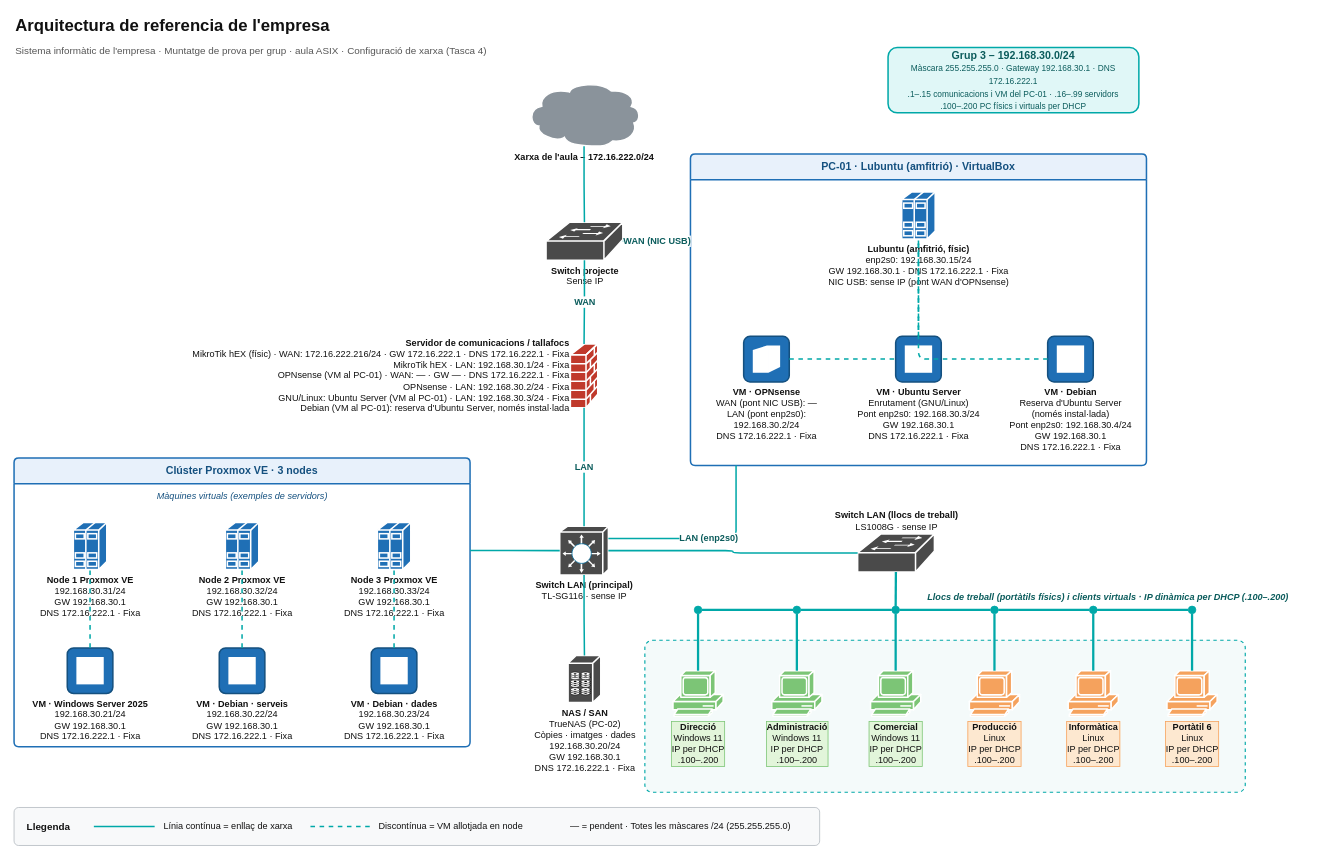
varo010/asix-aula-grup-03-ISO keeps this draw.io diagram as diagrames/arquitectura-red-tasca4.drawio. Above is the earlier version. Source tidied: cells renumbered, new cells numbered last; positions are measured from the earlier drawing's top-left corner, leaving out a move shared by most shapes. Both pictures are drawn from the tidied source at 76%, with x=0, y=0 at pixel (14, 13).
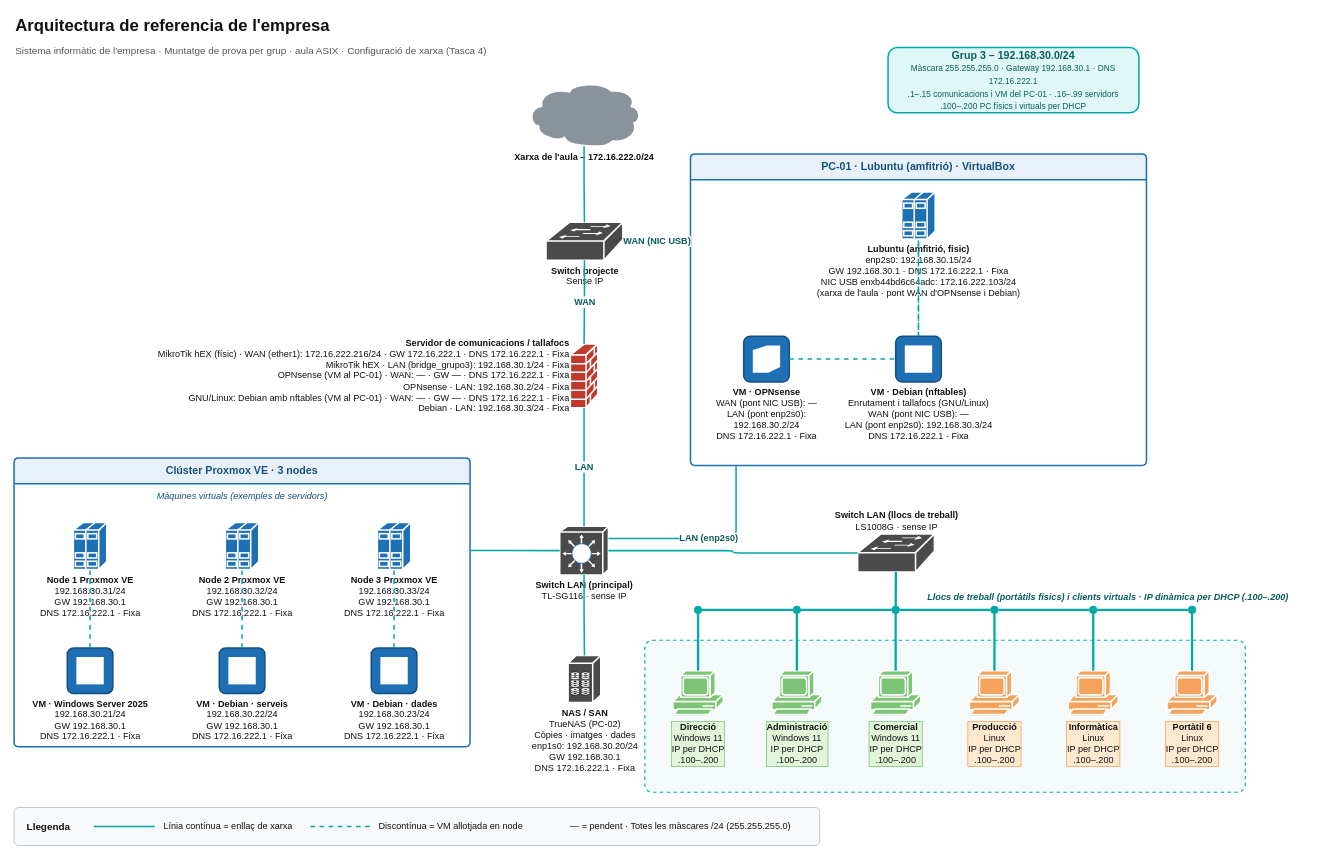
The same page after the edit.

Commit message (it also covers changes not shown here):
docs(t4): Debian con nftables como servidor GNU/Linux, IP de la NIC USB del PC-01 y nombres de interfaz

The change refers to these unchanged cells:
```xml
<mxCell id="63" value="PC-01 · Lubuntu (amfitrió) · VirtualBox" style="swimlane;startSize=34;rounded=1;arcSize=6;fillColor=#E8F1FB;strokeColor=#1F6FB5;strokeWidth=2;fontStyle=1;fontSize=14;fontColor=#14507F;html=1;whiteSpace=wrap;" parent="1" vertex="1">
  <mxGeometry x="890" y="185" width="600" height="410" as="geometry" />
</mxCell>
```

Diff of the diagram source:
```diff
@@
-    <mxCell id="7" value="&lt;b&gt;Servidor de comunicacions / tallafocs&lt;/b&gt;&lt;br&gt;MikroTik hEX (físic) · WAN: 172.16.222.216/24 · GW 172.16.222.1 · DNS 172.16.222.1 · Fixa&lt;br&gt;MikroTik hEX · LAN: 192.168.30.1/24 · Fixa&lt;br&gt;OPNsense (VM al PC-01) · WAN: — · GW — · DNS 172.16.222.1 · Fixa&lt;br&gt;OPNsense · LAN: 192.168.30.2/24 · Fixa&lt;br&gt;GNU/Linux: Ubuntu Server (VM al PC-01) · LAN: 192.168.30.3/24 · Fixa&lt;br&gt;Debian (VM al PC-01): reserva d'Ubuntu Server, només instal·lada" style="strokeColor=#ffffff;sketch=0;html=1;dashed=0;fillColor=#C0392B;strokeWidth=2;labelPosition=left;verticalLabelPosition=middle;verticalAlign=middle;align=right;outlineConnect=0;shape=mxgraph.cisco.security.firewall;fontSize=12;fontColor=#111111;labelPerimeter=1;" parent="1" vertex="1">
+    <mxCell id="7" value="&lt;b&gt;Servidor de comunicacions / tallafocs&lt;/b&gt;&lt;br&gt;MikroTik hEX (físic) · WAN (ether1): 172.16.222.216/24 · GW 172.16.222.1 · DNS 172.16.222.1 · Fixa&lt;br&gt;MikroTik hEX · LAN (bridge_grupo3): 192.168.30.1/24 · Fixa&lt;br&gt;OPNsense (VM al PC-01) · WAN: — · GW — · DNS 172.16.222.1 · Fixa&lt;br&gt;OPNsense · LAN: 192.168.30.2/24 · Fixa&lt;br&gt;GNU/Linux: Debian amb nftables (VM al PC-01) · WAN: — · GW — · DNS 172.16.222.1 · Fixa&lt;br&gt;Debian · LAN: 192.168.30.3/24 · Fixa" style="strokeColor=#ffffff;sketch=0;html=1;dashed=0;fillColor=#C0392B;strokeWidth=2;labelPosition=left;verticalLabelPosition=middle;verticalAlign=middle;align=right;outlineConnect=0;shape=mxgraph.cisco.security.firewall;fontSize=12;fontColor=#111111;labelPerimeter=1;" parent="1" vertex="1">
       <mxGeometry x="732" y="435" width="36" height="84" as="geometry" />
     </mxCell>
@@
-    <mxCell id="9" value="&lt;b&gt;NAS / SAN&lt;/b&gt;&lt;br&gt;TrueNAS (PC-02)&lt;br&gt;Còpies · imatges · dades&lt;br&gt;192.168.30.20/24&lt;br&gt;GW 192.168.30.1&lt;br&gt;DNS 172.16.222.1 · Fixa" style="strokeColor=#ffffff;sketch=0;html=1;dashed=0;fillColor=#4A4A4A;strokeWidth=2;verticalLabelPosition=bottom;verticalAlign=top;align=center;outlineConnect=0;shape=mxgraph.cisco.storage.fibre_channel_disk_subsystem;fontSize=12;fontColor=#111111;labelPerimeter=1;" parent="1" vertex="1">
+    <mxCell id="9" value="&lt;b&gt;NAS / SAN&lt;/b&gt;&lt;br&gt;TrueNAS (PC-02)&lt;br&gt;Còpies · imatges · dades&lt;br&gt;enp1s0: 192.168.30.20/24&lt;br&gt;GW 192.168.30.1&lt;br&gt;DNS 172.16.222.1 · Fixa" style="strokeColor=#ffffff;sketch=0;html=1;dashed=0;fillColor=#4A4A4A;strokeWidth=2;verticalLabelPosition=bottom;verticalAlign=top;align=center;outlineConnect=0;shape=mxgraph.cisco.storage.fibre_channel_disk_subsystem;fontSize=12;fontColor=#111111;labelPerimeter=1;" parent="1" vertex="1">
       <mxGeometry x="729" y="845" width="43" height="62" as="geometry" />
     </mxCell>
@@
-    <mxCell id="64" value="&lt;b&gt;Lubuntu (amfitrió, físic)&lt;/b&gt;&lt;br&gt;enp2s0: 192.168.30.15/24&lt;br&gt;GW 192.168.30.1 · DNS 172.16.222.1 · Fixa&lt;br&gt;NIC USB: sense IP (pont WAN d'OPNsense)" style="strokeColor=#ffffff;sketch=0;html=1;dashed=0;fillColor=#1F6FB5;strokeWidth=2;verticalLabelPosition=bottom;verticalAlign=top;align=center;outlineConnect=0;shape=mxgraph.cisco.servers.standard_host;fontSize=12;fontColor=#111111;labelPerimeter=1;" parent="63" vertex="1">
+    <mxCell id="64" value="&lt;b&gt;Lubuntu (amfitrió, físic)&lt;/b&gt;&lt;br&gt;enp2s0: 192.168.30.15/24&lt;br&gt;GW 192.168.30.1 · DNS 172.16.222.1 · Fixa&lt;br&gt;NIC USB enxb44bd6c64adc: 172.16.222.103/24&lt;br&gt;(xarxa de l'aula · pont WAN d'OPNsense i Debian)" style="strokeColor=#ffffff;sketch=0;html=1;dashed=0;fillColor=#1F6FB5;strokeWidth=2;verticalLabelPosition=bottom;verticalAlign=top;align=center;outlineConnect=0;shape=mxgraph.cisco.servers.standard_host;fontSize=12;fontColor=#111111;labelPerimeter=1;" parent="63" vertex="1">
       <mxGeometry x="278" y="50" width="44" height="62" as="geometry" />
     </mxCell>
@@
-    <mxCell id="68" value="&lt;b&gt;VM · Ubuntu Server&lt;/b&gt;&lt;br&gt;Enrutament (GNU/Linux)&lt;br&gt;Pont enp2s0: 192.168.30.3/24&lt;br&gt;GW 192.168.30.1&lt;br&gt;DNS 172.16.222.1 · Fixa" style="rounded=1;arcSize=14;html=1;fillColor=#1F6FB5;strokeColor=#14507F;strokeWidth=2;verticalLabelPosition=bottom;verticalAlign=top;align=center;fontSize=12;fontColor=#111111;labelPerimeter=1;" parent="63" vertex="1">
+    <mxCell id="68" value="&lt;b&gt;VM · Debian (nftables)&lt;/b&gt;&lt;br&gt;Enrutament i tallafocs (GNU/Linux)&lt;br&gt;WAN (pont NIC USB): —&lt;br&gt;LAN (pont enp2s0): 192.168.30.3/24&lt;br&gt;DNS 172.16.222.1 · Fixa" style="rounded=1;arcSize=14;html=1;fillColor=#1F6FB5;strokeColor=#14507F;strokeWidth=2;verticalLabelPosition=bottom;verticalAlign=top;align=center;fontSize=12;fontColor=#111111;labelPerimeter=1;" parent="63" vertex="1">
       <mxGeometry x="270" y="240" width="60" height="60" as="geometry" />
     </mxCell>
@@
-    <mxCell id="71" value="&lt;b&gt;VM · Debian&lt;/b&gt;&lt;br&gt;Reserva d'Ubuntu Server&lt;br&gt;(només instal·lada)&lt;br&gt;Pont enp2s0: 192.168.30.4/24&lt;br&gt;GW 192.168.30.1&lt;br&gt;DNS 172.16.222.1 · Fixa" style="rounded=1;arcSize=14;html=1;fillColor=#1F6FB5;strokeColor=#14507F;strokeWidth=2;verticalLabelPosition=bottom;verticalAlign=top;align=center;fontSize=12;fontColor=#111111;labelPerimeter=1;" parent="63" vertex="1">
-      <mxGeometry x="470" y="240" width="60" height="60" as="geometry" />
-    </mxCell>
-    <mxCell id="72" style="shadow=0;dashed=0;html=1;strokeColor=none;fillColor=#FFFFFF;shape=mxgraph.veeam.linux;" parent="71" vertex="1">
-      <mxGeometry x="12" y="12" width="36" height="36" as="geometry" />
-    </mxCell>
-    <mxCell id="73" style="edgeStyle=orthogonalEdgeStyle;rounded=1;html=1;strokeColor=#00A8A8;strokeWidth=2;endArrow=none;dashed=1;labelBackgroundColor=default;defaultLabelBackgroundColor=gap;" parent="63" edge="1" source="71" target="64">
-      <mxGeometry relative="1" as="geometry" />
-    </mxCell>
```
